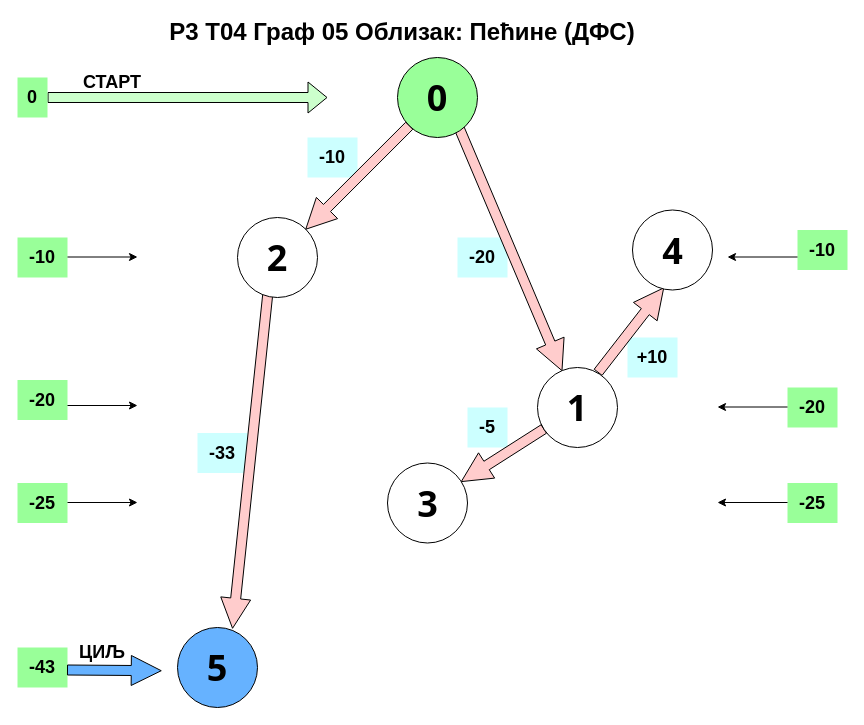
This is R3_T04_05_DFS_Pecine.drawio from draganilicnis/R3_T04_Graf_05_Obilazak_DFS, a draw.io file, before an edit. Source tidied: cells renumbered, new cells numbered last; positions are measured from the earlier drawing's top-left corner, leaving out a move shared by most shapes. Both pictures are drawn from the tidied source at 100%, with x=0, y=0 at pixel (17, 17).
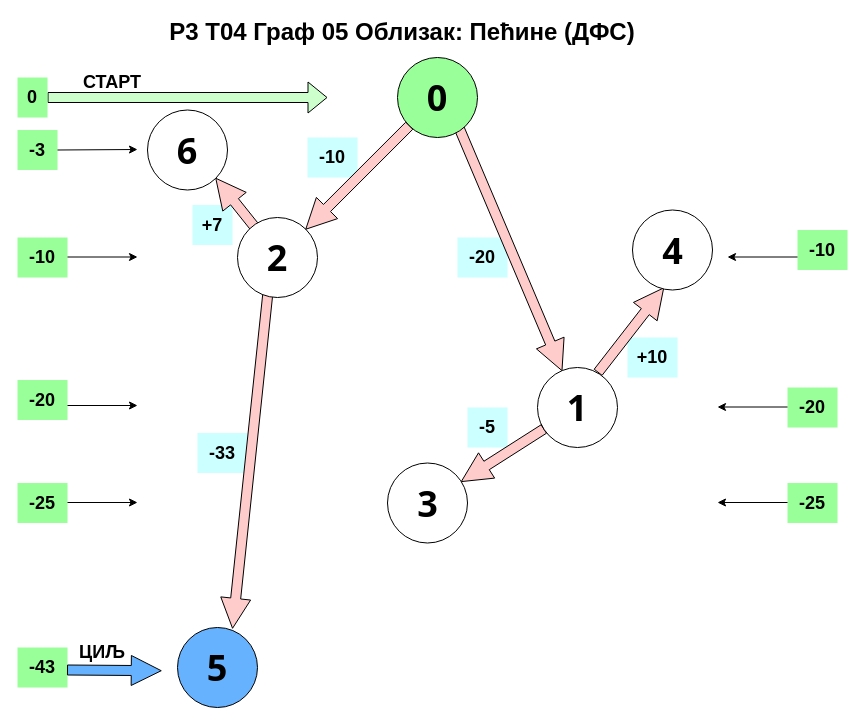
Above is the later version.

The change refers to these unchanged cells:
```xml
<mxCell id="11" style="ellipse;whiteSpace=wrap;html=1;" parent="1" vertex="1">
  <mxGeometry x="220" y="200" width="80" height="80" as="geometry" />
</mxCell>
```

What changed in the source:
```diff
@@
+    <mxCell id="43" value="&lt;font style=&quot;font-size: 18px;&quot;&gt;&lt;b&gt;+7&lt;/b&gt;&lt;/font&gt;" style="text;html=1;whiteSpace=wrap;strokeColor=none;fillColor=#CCFFFF;align=center;verticalAlign=middle;rounded=0;" parent="1" vertex="1">
+      <mxGeometry x="175" y="187.5" width="40" height="40" as="geometry" />
+    </mxCell>
+    <mxCell id="44" style="endArrow=classic;html=1;rounded=0;shape=arrow;fillColor=#FFCCCC;entryX=1;entryY=1;entryDx=0;entryDy=0;exitX=0.25;exitY=0.163;exitDx=0;exitDy=0;exitPerimeter=0;" parent="1" edge="1" source="11" target="45">
+      <mxGeometry relative="1" as="geometry" />
+    </mxCell>
@@
+    <mxCell id="45" style="ellipse;whiteSpace=wrap;html=1;" parent="1" vertex="1">
+      <mxGeometry x="130" y="92.5" width="80" height="80" as="geometry" />
+    </mxCell>
+    <mxCell id="46" value="&lt;font face=&quot;Tahoma&quot;&gt;&lt;span style=&quot;font-size: 36px;&quot;&gt;6&lt;/span&gt;&lt;/font&gt;" style="text;strokeColor=none;align=center;fillColor=none;html=1;verticalAlign=middle;whiteSpace=wrap;rounded=0;fontStyle=1;fontSize=20;" parent="1" vertex="1">
+      <mxGeometry x="140" y="120" width="60" height="25" as="geometry" />
+    </mxCell>
+    <mxCell id="47" value="&lt;font style=&quot;font-size: 18px;&quot;&gt;&lt;b&gt;-3&lt;/b&gt;&lt;/font&gt;" style="text;html=1;whiteSpace=wrap;strokeColor=none;fillColor=#99FF99;align=center;verticalAlign=middle;rounded=0;" parent="1" vertex="1">
+      <mxGeometry y="112.5" width="40" height="40" as="geometry" />
+    </mxCell>
+    <mxCell id="48" style="endArrow=classic;html=1;rounded=0;exitX=1;exitY=0.5;exitDx=0;exitDy=0;" parent="1" edge="1" source="47">
+      <mxGeometry relative="1" as="geometry">
+        <mxPoint x="120" y="132" as="targetPoint" />
+      </mxGeometry>
+    </mxCell>
```
